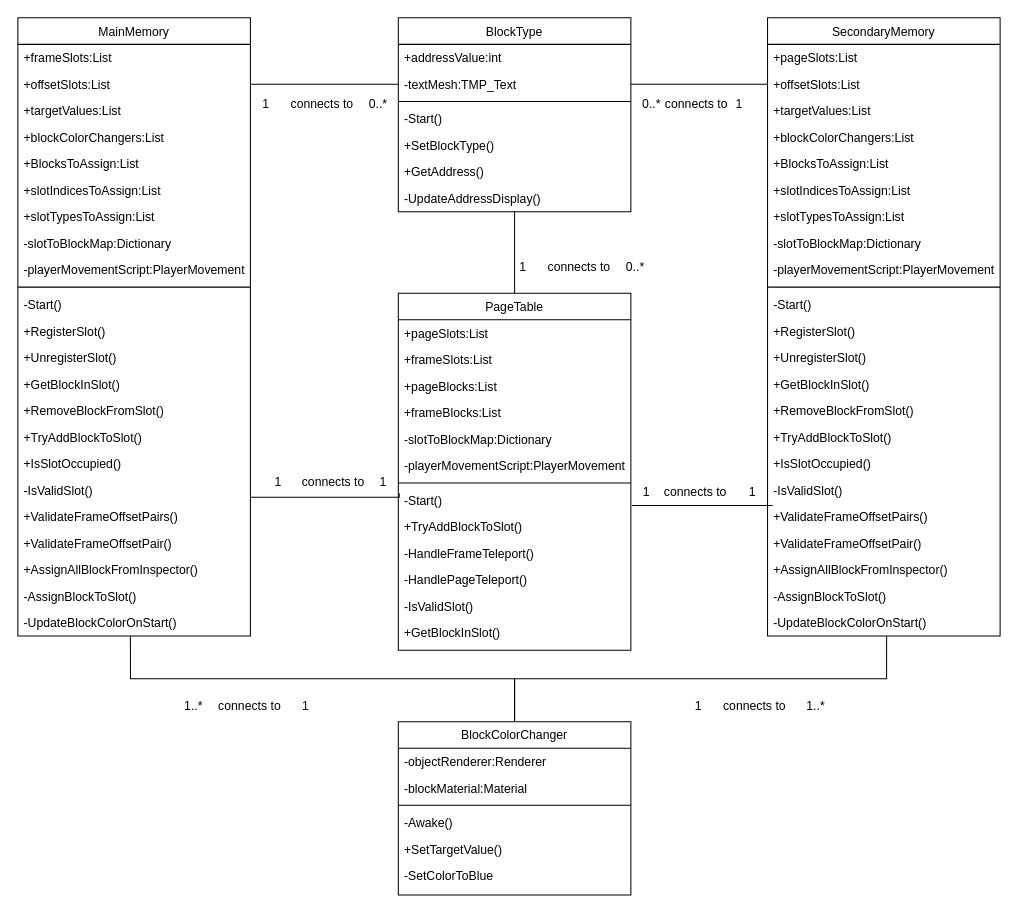
Above: Drawio Files/MM_Class_Diagram.drawio in jgharrison1/Logical-Gate (draw.io), before the change. Source tidied: cells renumbered, new cells numbered last; positions are measured from the earlier drawing's top-left corner, leaving out a move shared by most shapes. Both pictures are drawn from the tidied source at 102%, with x=0, y=0 at pixel (17, 17).
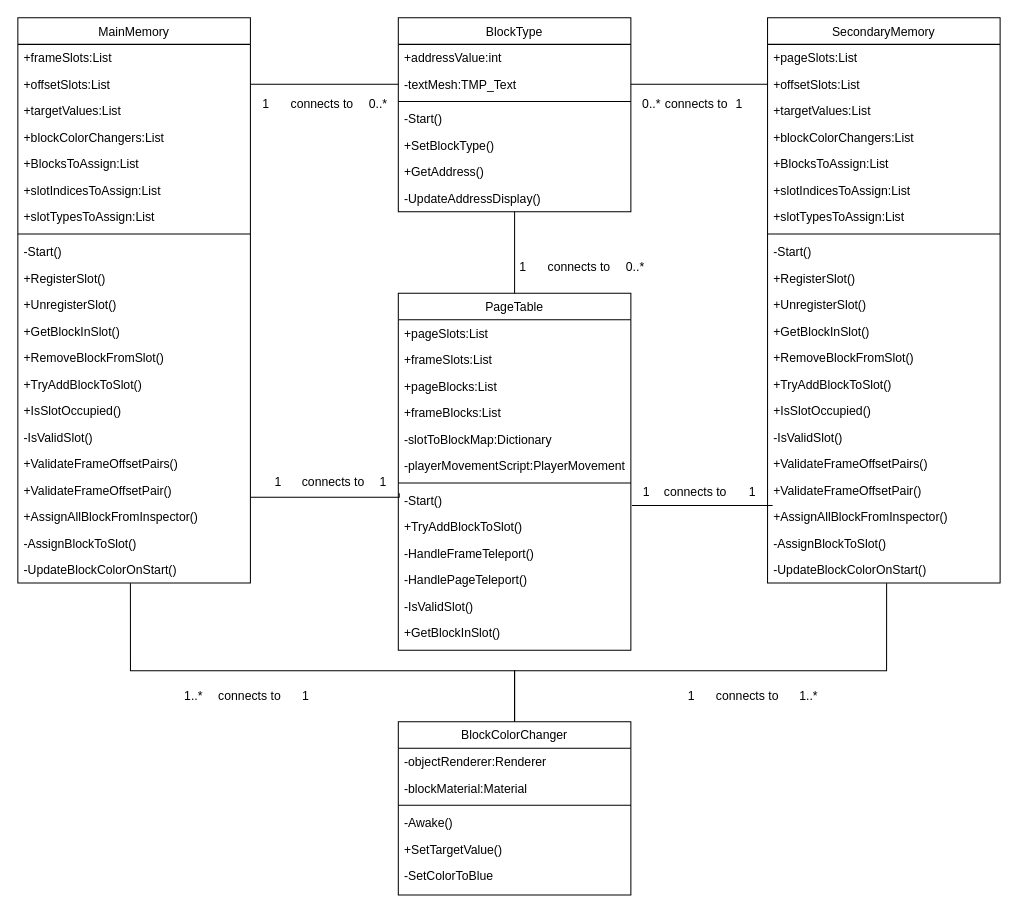
After the change.

Commit message (it also covers changes not shown here):
updated class and object diagrams

The change refers to these unchanged cells:
```xml
<mxCell id="81" value="BlockColorChanger" style="swimlane;fontStyle=0;align=center;verticalAlign=top;horizontal=1;startSize=26;rounded=0;shadow=0;strokeWidth=1;" parent="1" vertex="1">
  <mxGeometry x="373" y="690" width="228" height="170" as="geometry" />
</mxCell>
```

What changed in the source:
```diff
@@
     <mxCell id="6" value="MainMemory" style="swimlane;fontStyle=0;align=center;verticalAlign=top;horizontal=1;startSize=26;rounded=0;shadow=0;strokeWidth=1;" parent="1" vertex="1">
-      <mxGeometry width="228" height="606" as="geometry" />
+      <mxGeometry width="228" height="554" as="geometry" />
     </mxCell>
@@
-    <mxCell id="14" value="-slotToBlockMap:Dictionary" style="text;align=left;verticalAlign=top;spacingLeft=4;spacingRight=4;overflow=hidden;rounded=0;shadow=0;html=0;" parent="6" vertex="1">
-      <mxGeometry y="208" width="228" height="26" as="geometry" />
-    </mxCell>
-    <mxCell id="15" value="-playerMovementScript:PlayerMovement" style="text;align=left;verticalAlign=top;spacingLeft=4;spacingRight=4;overflow=hidden;rounded=0;shadow=0;html=0;" parent="6" vertex="1">
-      <mxGeometry y="234" width="228" height="26" as="geometry" />
-    </mxCell>
     <mxCell id="16" style="line;html=1;strokeWidth=1;align=left;verticalAlign=middle;spacingTop=-1;spacingLeft=3;spacingRight=3;labelPosition=right;" parent="6" vertex="1">
-      <mxGeometry y="260" width="228" height="8" as="geometry" />
+      <mxGeometry y="208" width="228" height="8" as="geometry" />
     </mxCell>
     <mxCell id="17" value="-Start()" style="text;align=left;verticalAlign=top;spacingLeft=4;spacingRight=4;overflow=hidden;rounded=0;shadow=0;html=0;" parent="6" vertex="1">
-      <mxGeometry y="268" width="228" height="26" as="geometry" />
+      <mxGeometry y="216" width="228" height="26" as="geometry" />
     </mxCell>
     <mxCell id="18" value="+RegisterSlot()" style="text;align=left;verticalAlign=top;spacingLeft=4;spacingRight=4;overflow=hidden;rounded=0;shadow=0;html=0;" parent="6" vertex="1">
-      <mxGeometry y="294" width="228" height="26" as="geometry" />
+      <mxGeometry y="242" width="228" height="26" as="geometry" />
     </mxCell>
     <mxCell id="19" value="+UnregisterSlot()" style="text;align=left;verticalAlign=top;spacingLeft=4;spacingRight=4;overflow=hidden;rounded=0;shadow=0;html=0;" parent="6" vertex="1">
-      <mxGeometry y="320" width="228" height="26" as="geometry" />
+      <mxGeometry y="268" width="228" height="26" as="geometry" />
     </mxCell>
     <mxCell id="20" value="+GetBlockInSlot()" style="text;align=left;verticalAlign=top;spacingLeft=4;spacingRight=4;overflow=hidden;rounded=0;shadow=0;html=0;" parent="6" vertex="1">
-      <mxGeometry y="346" width="228" height="26" as="geometry" />
+      <mxGeometry y="294" width="228" height="26" as="geometry" />
     </mxCell>
     <mxCell id="21" value="+RemoveBlockFromSlot()" style="text;align=left;verticalAlign=top;spacingLeft=4;spacingRight=4;overflow=hidden;rounded=0;shadow=0;html=0;" parent="6" vertex="1">
-      <mxGeometry y="372" width="228" height="26" as="geometry" />
+      <mxGeometry y="320" width="228" height="26" as="geometry" />
     </mxCell>
     <mxCell id="22" value="+TryAddBlockToSlot()" style="text;align=left;verticalAlign=top;spacingLeft=4;spacingRight=4;overflow=hidden;rounded=0;shadow=0;html=0;" parent="6" vertex="1">
-      <mxGeometry y="398" width="228" height="26" as="geometry" />
+      <mxGeometry y="346" width="228" height="26" as="geometry" />
     </mxCell>
     <mxCell id="23" value="+IsSlotOccupied()" style="text;align=left;verticalAlign=top;spacingLeft=4;spacingRight=4;overflow=hidden;rounded=0;shadow=0;html=0;" parent="6" vertex="1">
-      <mxGeometry y="424" width="228" height="26" as="geometry" />
+      <mxGeometry y="372" width="228" height="26" as="geometry" />
     </mxCell>
     <mxCell id="24" value="-IsValidSlot()" style="text;align=left;verticalAlign=top;spacingLeft=4;spacingRight=4;overflow=hidden;rounded=0;shadow=0;html=0;" parent="6" vertex="1">
-      <mxGeometry y="450" width="228" height="26" as="geometry" />
+      <mxGeometry y="398" width="228" height="26" as="geometry" />
     </mxCell>
     <mxCell id="25" value="+ValidateFrameOffsetPairs()" style="text;align=left;verticalAlign=top;spacingLeft=4;spacingRight=4;overflow=hidden;rounded=0;shadow=0;html=0;" parent="6" vertex="1">
-      <mxGeometry y="476" width="228" height="26" as="geometry" />
+      <mxGeometry y="424" width="228" height="26" as="geometry" />
     </mxCell>
     <mxCell id="26" value="+ValidateFrameOffsetPair()" style="text;align=left;verticalAlign=top;spacingLeft=4;spacingRight=4;overflow=hidden;rounded=0;shadow=0;html=0;" parent="6" vertex="1">
-      <mxGeometry y="502" width="228" height="26" as="geometry" />
+      <mxGeometry y="450" width="228" height="26" as="geometry" />
     </mxCell>
     <mxCell id="27" value="+AssignAllBlockFromInspector()" style="text;align=left;verticalAlign=top;spacingLeft=4;spacingRight=4;overflow=hidden;rounded=0;shadow=0;html=0;" parent="6" vertex="1">
-      <mxGeometry y="528" width="228" height="26" as="geometry" />
+      <mxGeometry y="476" width="228" height="26" as="geometry" />
     </mxCell>
     <mxCell id="28" value="-AssignBlockToSlot()" style="text;align=left;verticalAlign=top;spacingLeft=4;spacingRight=4;overflow=hidden;rounded=0;shadow=0;html=0;" parent="6" vertex="1">
-      <mxGeometry y="554" width="228" height="26" as="geometry" />
+      <mxGeometry y="502" width="228" height="26" as="geometry" />
     </mxCell>
     <mxCell id="29" value="-UpdateBlockColorOnStart()" style="text;align=left;verticalAlign=top;spacingLeft=4;spacingRight=4;overflow=hidden;points=[[0,0.5],[1,0.5]];portConstraint=eastwest;rounded=0;shadow=0;html=0;" parent="6" vertex="1">
-      <mxGeometry y="580" width="228" height="26" as="geometry" />
+      <mxGeometry y="528" width="228" height="26" as="geometry" />
     </mxCell>
@@
     <mxCell id="34" value="SecondaryMemory" style="swimlane;fontStyle=0;align=center;verticalAlign=top;horizontal=1;startSize=26;rounded=0;shadow=0;strokeWidth=1;" parent="1" vertex="1">
-      <mxGeometry x="735" width="228" height="606" as="geometry" />
+      <mxGeometry x="735" width="228" height="554" as="geometry" />
     </mxCell>
@@
-    <mxCell id="42" value="-slotToBlockMap:Dictionary" style="text;align=left;verticalAlign=top;spacingLeft=4;spacingRight=4;overflow=hidden;rounded=0;shadow=0;html=0;" parent="34" vertex="1">
-      <mxGeometry y="208" width="228" height="26" as="geometry" />
-    </mxCell>
-    <mxCell id="43" value="-playerMovementScript:PlayerMovement" style="text;align=left;verticalAlign=top;spacingLeft=4;spacingRight=4;overflow=hidden;rounded=0;shadow=0;html=0;" parent="34" vertex="1">
-      <mxGeometry y="234" width="228" height="26" as="geometry" />
-    </mxCell>
     <mxCell id="44" style="line;html=1;strokeWidth=1;align=left;verticalAlign=middle;spacingTop=-1;spacingLeft=3;spacingRight=3;labelPosition=right;" parent="34" vertex="1">
-      <mxGeometry y="260" width="228" height="8" as="geometry" />
+      <mxGeometry y="208" width="228" height="8" as="geometry" />
     </mxCell>
     <mxCell id="45" value="-Start()" style="text;align=left;verticalAlign=top;spacingLeft=4;spacingRight=4;overflow=hidden;rounded=0;shadow=0;html=0;" parent="34" vertex="1">
-      <mxGeometry y="268" width="228" height="26" as="geometry" />
+      <mxGeometry y="216" width="228" height="26" as="geometry" />
     </mxCell>
     <mxCell id="46" value="+RegisterSlot()" style="text;align=left;verticalAlign=top;spacingLeft=4;spacingRight=4;overflow=hidden;rounded=0;shadow=0;html=0;" parent="34" vertex="1">
-      <mxGeometry y="294" width="228" height="26" as="geometry" />
+      <mxGeometry y="242" width="228" height="26" as="geometry" />
     </mxCell>
     <mxCell id="47" value="+UnregisterSlot()" style="text;align=left;verticalAlign=top;spacingLeft=4;spacingRight=4;overflow=hidden;rounded=0;shadow=0;html=0;" parent="34" vertex="1">
-      <mxGeometry y="320" width="228" height="26" as="geometry" />
+      <mxGeometry y="268" width="228" height="26" as="geometry" />
     </mxCell>
     <mxCell id="48" value="+GetBlockInSlot()" style="text;align=left;verticalAlign=top;spacingLeft=4;spacingRight=4;overflow=hidden;rounded=0;shadow=0;html=0;" parent="34" vertex="1">
-      <mxGeometry y="346" width="228" height="26" as="geometry" />
+      <mxGeometry y="294" width="228" height="26" as="geometry" />
     </mxCell>
     <mxCell id="49" value="+RemoveBlockFromSlot()" style="text;align=left;verticalAlign=top;spacingLeft=4;spacingRight=4;overflow=hidden;rounded=0;shadow=0;html=0;" parent="34" vertex="1">
-      <mxGeometry y="372" width="228" height="26" as="geometry" />
+      <mxGeometry y="320" width="228" height="26" as="geometry" />
     </mxCell>
     <mxCell id="50" value="+TryAddBlockToSlot()" style="text;align=left;verticalAlign=top;spacingLeft=4;spacingRight=4;overflow=hidden;rounded=0;shadow=0;html=0;" parent="34" vertex="1">
-      <mxGeometry y="398" width="228" height="26" as="geometry" />
+      <mxGeometry y="346" width="228" height="26" as="geometry" />
     </mxCell>
     <mxCell id="51" value="+IsSlotOccupied()" style="text;align=left;verticalAlign=top;spacingLeft=4;spacingRight=4;overflow=hidden;rounded=0;shadow=0;html=0;" parent="34" vertex="1">
-      <mxGeometry y="424" width="228" height="26" as="geometry" />
+      <mxGeometry y="372" width="228" height="26" as="geometry" />
     </mxCell>
     <mxCell id="52" value="-IsValidSlot()" style="text;align=left;verticalAlign=top;spacingLeft=4;spacingRight=4;overflow=hidden;rounded=0;shadow=0;html=0;" parent="34" vertex="1">
-      <mxGeometry y="450" width="228" height="26" as="geometry" />
+      <mxGeometry y="398" width="228" height="26" as="geometry" />
     </mxCell>
     <mxCell id="53" value="+ValidateFrameOffsetPairs()" style="text;align=left;verticalAlign=top;spacingLeft=4;spacingRight=4;overflow=hidden;rounded=0;shadow=0;html=0;" parent="34" vertex="1">
-      <mxGeometry y="476" width="228" height="26" as="geometry" />
+      <mxGeometry y="424" width="228" height="26" as="geometry" />
     </mxCell>
     <mxCell id="54" value="+ValidateFrameOffsetPair()" style="text;align=left;verticalAlign=top;spacingLeft=4;spacingRight=4;overflow=hidden;rounded=0;shadow=0;html=0;" parent="34" vertex="1">
-      <mxGeometry y="502" width="228" height="26" as="geometry" />
+      <mxGeometry y="450" width="228" height="26" as="geometry" />
     </mxCell>
     <mxCell id="55" value="+AssignAllBlockFromInspector()" style="text;align=left;verticalAlign=top;spacingLeft=4;spacingRight=4;overflow=hidden;rounded=0;shadow=0;html=0;" parent="34" vertex="1">
-      <mxGeometry y="528" width="228" height="26" as="geometry" />
+      <mxGeometry y="476" width="228" height="26" as="geometry" />
     </mxCell>
     <mxCell id="56" value="-AssignBlockToSlot()" style="text;align=left;verticalAlign=top;spacingLeft=4;spacingRight=4;overflow=hidden;rounded=0;shadow=0;html=0;" parent="34" vertex="1">
-      <mxGeometry y="554" width="228" height="26" as="geometry" />
+      <mxGeometry y="502" width="228" height="26" as="geometry" />
     </mxCell>
     <mxCell id="57" value="-UpdateBlockColorOnStart()" style="text;align=left;verticalAlign=top;spacingLeft=4;spacingRight=4;overflow=hidden;points=[[0,0.5],[1,0.5]];portConstraint=eastwest;rounded=0;shadow=0;html=0;" parent="34" vertex="1">
-      <mxGeometry y="580" width="228" height="26" as="geometry" />
+      <mxGeometry y="528" width="228" height="26" as="geometry" />
     </mxCell>
@@
     <mxCell id="97" style="edgeStyle=orthogonalEdgeStyle;rounded=0;jettySize=auto;html=1;entryX=0.484;entryY=1.008;entryDx=0;entryDy=0;entryPerimeter=0;endArrow=none;startFill=0;" parent="1" edge="1" source="81" target="29">
-      <mxGeometry relative="1" as="geometry" />
+      <mxGeometry relative="1" as="geometry">
+        <Array as="points">
+          <mxPoint x="487" y="640" />
+          <mxPoint x="110" y="640" />
+        </Array>
+      </mxGeometry>
     </mxCell>
     <mxCell id="98" style="edgeStyle=orthogonalEdgeStyle;rounded=0;jettySize=auto;html=1;entryX=0.512;entryY=1.008;entryDx=0;entryDy=0;entryPerimeter=0;endArrow=none;startFill=0;" parent="1" edge="1" source="81" target="57">
-      <mxGeometry relative="1" as="geometry" />
+      <mxGeometry relative="1" as="geometry">
+        <Array as="points">
+          <mxPoint x="487" y="640" />
+          <mxPoint x="852" y="640" />
+        </Array>
+      </mxGeometry>
     </mxCell>
     <mxCell id="99" value="1..*" style="text;html=1;align=center;verticalAlign=middle;strokeColor=none;fillColor=none;" parent="1" vertex="1">
-      <mxGeometry x="762" y="660" width="40" height="30" as="geometry" />
+      <mxGeometry x="755" y="650" width="40" height="30" as="geometry" />
     </mxCell>
     <mxCell id="100" value="1" style="text;html=1;align=center;verticalAlign=middle;strokeColor=none;fillColor=none;" parent="1" vertex="1">
-      <mxGeometry x="652" y="660" width="30" height="30" as="geometry" />
+      <mxGeometry x="645" y="650" width="30" height="30" as="geometry" />
     </mxCell>
     <mxCell id="101" value="connects to" style="text;html=1;align=center;verticalAlign=middle;strokeColor=none;fillColor=none;" parent="1" vertex="1">
-      <mxGeometry x="682" y="660" width="80" height="30" as="geometry" />
+      <mxGeometry x="675" y="650" width="80" height="30" as="geometry" />
     </mxCell>
     <mxCell id="102" value="1..*" style="text;html=1;align=center;verticalAlign=middle;strokeColor=none;fillColor=none;" parent="1" vertex="1">
-      <mxGeometry x="152" y="660" width="40" height="30" as="geometry" />
+      <mxGeometry x="152" y="650" width="40" height="30" as="geometry" />
     </mxCell>
     <mxCell id="103" value="1" style="text;html=1;align=center;verticalAlign=middle;strokeColor=none;fillColor=none;" parent="1" vertex="1">
-      <mxGeometry x="267" y="660" width="30" height="30" as="geometry" />
+      <mxGeometry x="267" y="650" width="30" height="30" as="geometry" />
     </mxCell>
     <mxCell id="104" value="connects to" style="text;html=1;align=center;verticalAlign=middle;strokeColor=none;fillColor=none;" parent="1" vertex="1">
-      <mxGeometry x="187" y="660" width="80" height="30" as="geometry" />
+      <mxGeometry x="187" y="650" width="80" height="30" as="geometry" />
     </mxCell>
```
